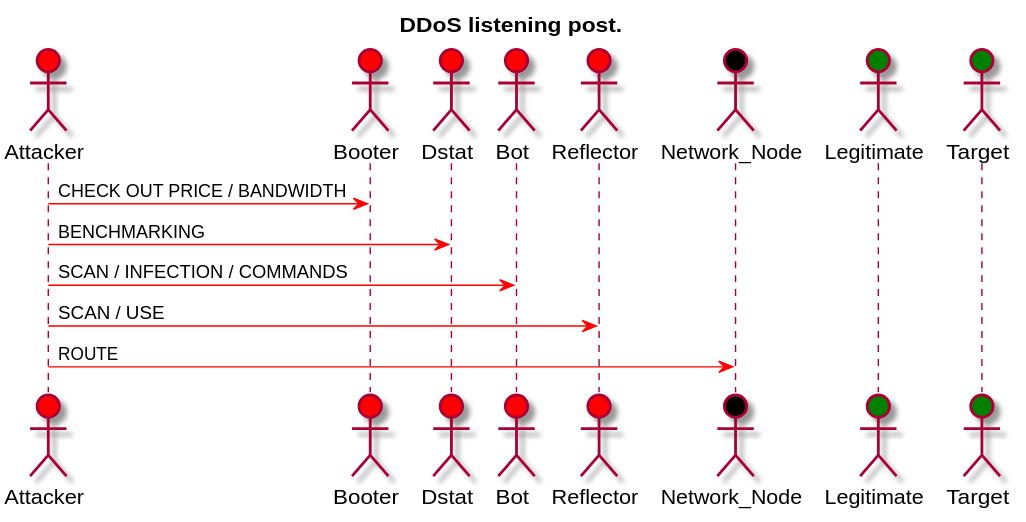
This is assets/images/theconversation.svg from D4-project/d4-website, a PlantUML export, as it was before one commit. The source it was exported from:
```plantuml
@startuml
!pragma teoz true
title DDoS listening post.
actor Attacker #Red
actor Booter #Red
actor Dstat #Red
actor Bot #Red
actor Reflector #Red
actor Network_Node #Black
actor Legitimate #Green
actor Target #Green

Attacker -[#red]> Booter : CHECK OUT PRICE / BANDWIDTH
Attacker -[#red]> Dstat : BENCHMARKING
Attacker -[#red]> Bot : SCAN / INFECTION / COMMANDS
Attacker -[#red]> Reflector : SCAN / USE
Attacker -[#red]> Network_Node : ROUTE
@enduml
```
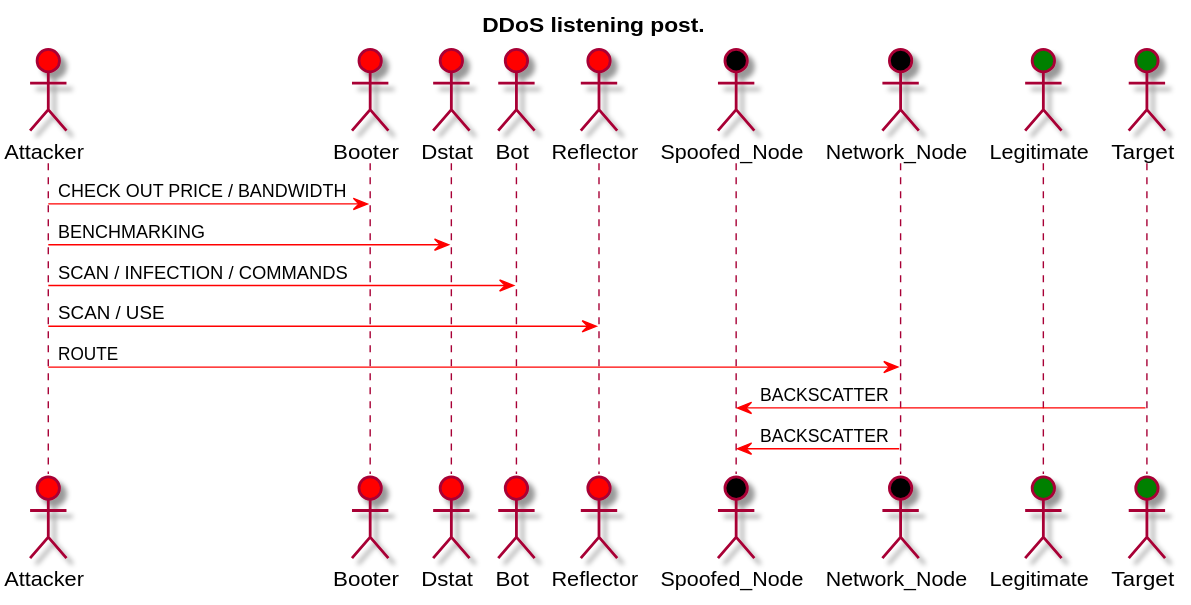
After the commit.

The edit, as a diff of the source:
```diff
@@ -6,6 +6,7 @@
 actor Dstat #Red
 actor Bot #Red
 actor Reflector #Red
+actor Spoofed_Node #Black
 actor Network_Node #Black
 actor Legitimate #Green
 actor Target #Green
@@ -15,4 +16,6 @@
 Attacker -[#red]> Bot : SCAN / INFECTION / COMMANDS
 Attacker -[#red]> Reflector : SCAN / USE
 Attacker -[#red]> Network_Node : ROUTE
+Spoofed_Node <[#red]- Target : BACKSCATTER
+Spoofed_Node <[#red]- Network_Node : BACKSCATTER
 @enduml
```
